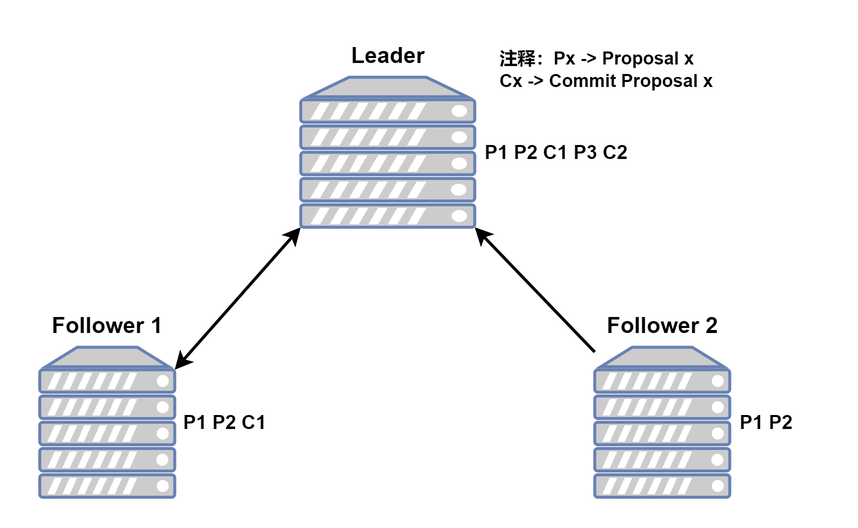
maling-one/img keeps this draw.io diagram as rpc/zkerr1.png. Above is the earlier version. Source tidied: cells renumbered, new cells last; positions are measured from the earlier drawing's top-left corner, leaving out a move shared by most shapes.
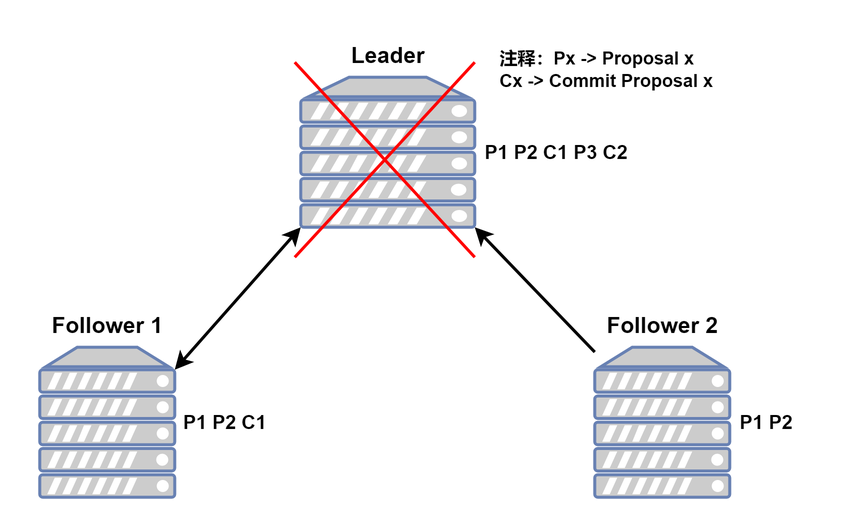
The same diagram one commit later.

Change to the diagram source:
```diff
@@ -38,5 +38,17 @@
     <mxCell id="13" value="&lt;b&gt;注释：Px -&amp;gt;&amp;nbsp;Proposal x&lt;br&gt;Cx -&amp;gt; Commit&amp;nbsp;Proposal x&lt;/b&gt;" style="text;html=1;align=left;verticalAlign=middle;strokeColor=none;" parent="1" vertex="1">
       <mxGeometry x="310" y="5" width="170" height="40" as="geometry" />
     </mxCell>
+    <mxCell id="14" style="endArrow=none;html=1;strokeColor=#FF0000;" parent="1" edge="1">
+      <mxGeometry relative="1" as="geometry">
+        <mxPoint x="175" y="20" as="sourcePoint" />
+        <mxPoint x="295" y="150" as="targetPoint" />
+      </mxGeometry>
+    </mxCell>
+    <mxCell id="15" style="endArrow=none;html=1;strokeColor=#FF0000;" parent="1" edge="1">
+      <mxGeometry relative="1" as="geometry">
+        <mxPoint x="175" y="150" as="sourcePoint" />
+        <mxPoint x="295" y="20" as="targetPoint" />
+      </mxGeometry>
+    </mxCell>
   </root>
 </mxGraphModel>
```
